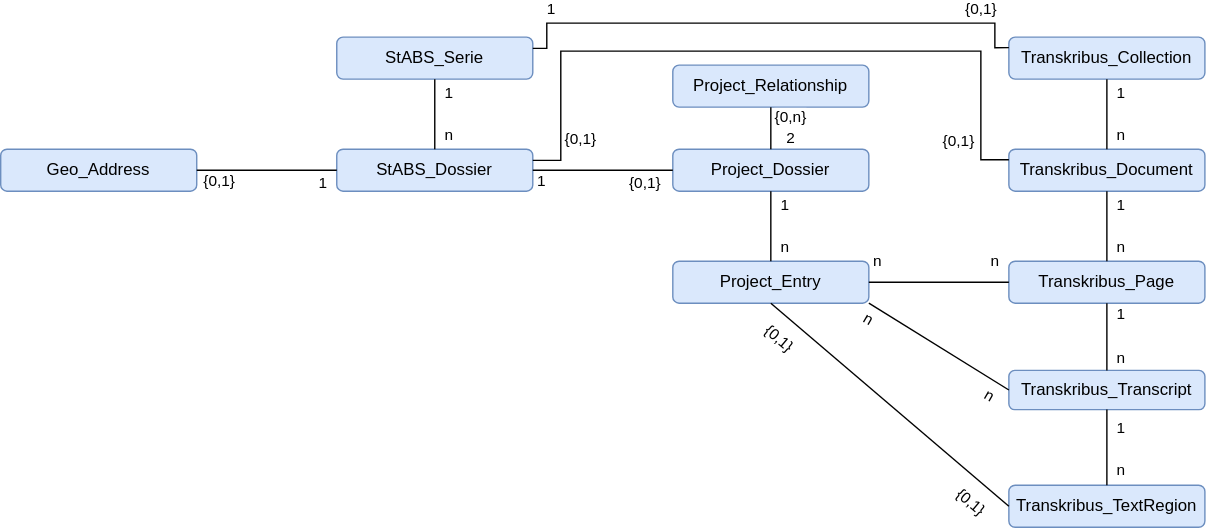
Before: entityRelations.drawio.svg, a diagram exported from draw.io (history-unibas/Postgresql-Project-Database). Source tidied: cells renumbered, new cells last; positions are measured from the earlier drawing's top-left corner, leaving out a move shared by most shapes.
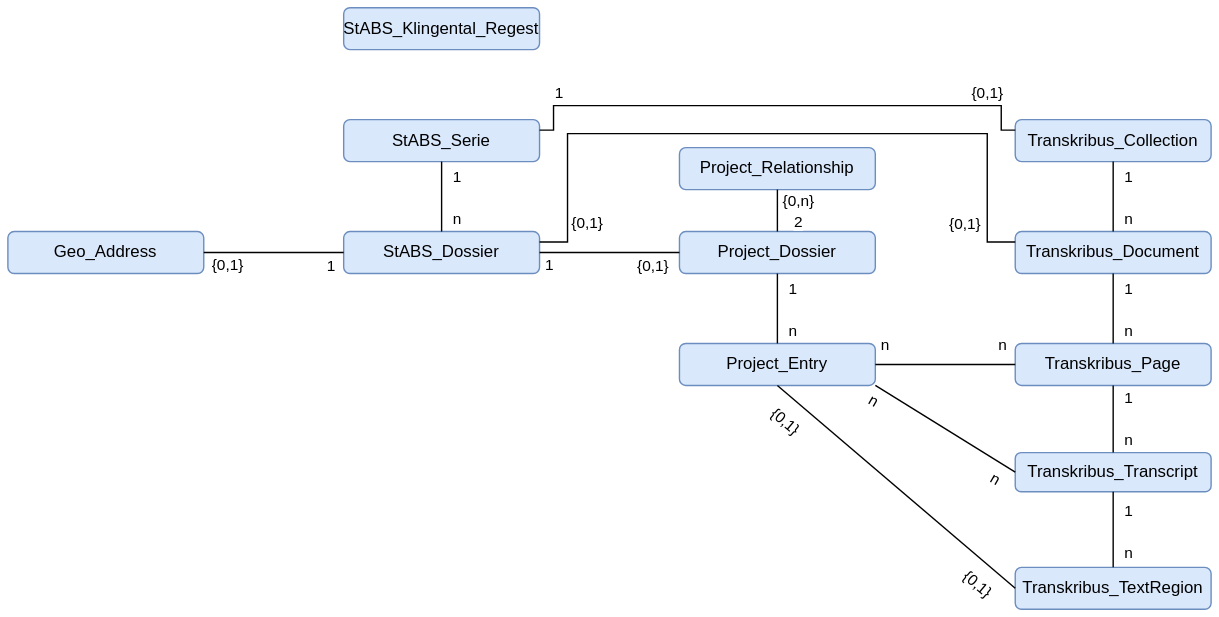
The same diagram one commit later.

Commit message:
improve harmonisation locationshifted, update datasource

Diff of the diagram source:
```diff
@@ -1,4 +1,4 @@
-<mxGraphModel>
+<mxGraphModel background="#FFFFFF">
   <root>
     <mxCell id="0" />
     <mxCell id="1" parent="0" />
@@ -233,5 +233,8 @@
         <mxPoint x="36" y="35" as="offset" />
       </mxGeometry>
     </mxCell>
+    <mxCell id="55" value="StABS_Klingental_Regest" style="rounded=1;whiteSpace=wrap;html=1;fillColor=#dae8fc;strokeColor=#6c8ebf;" parent="1" vertex="1">
+      <mxGeometry x="240" y="-70" width="140" height="30" as="geometry" />
+    </mxCell>
   </root>
 </mxGraphModel>
```
